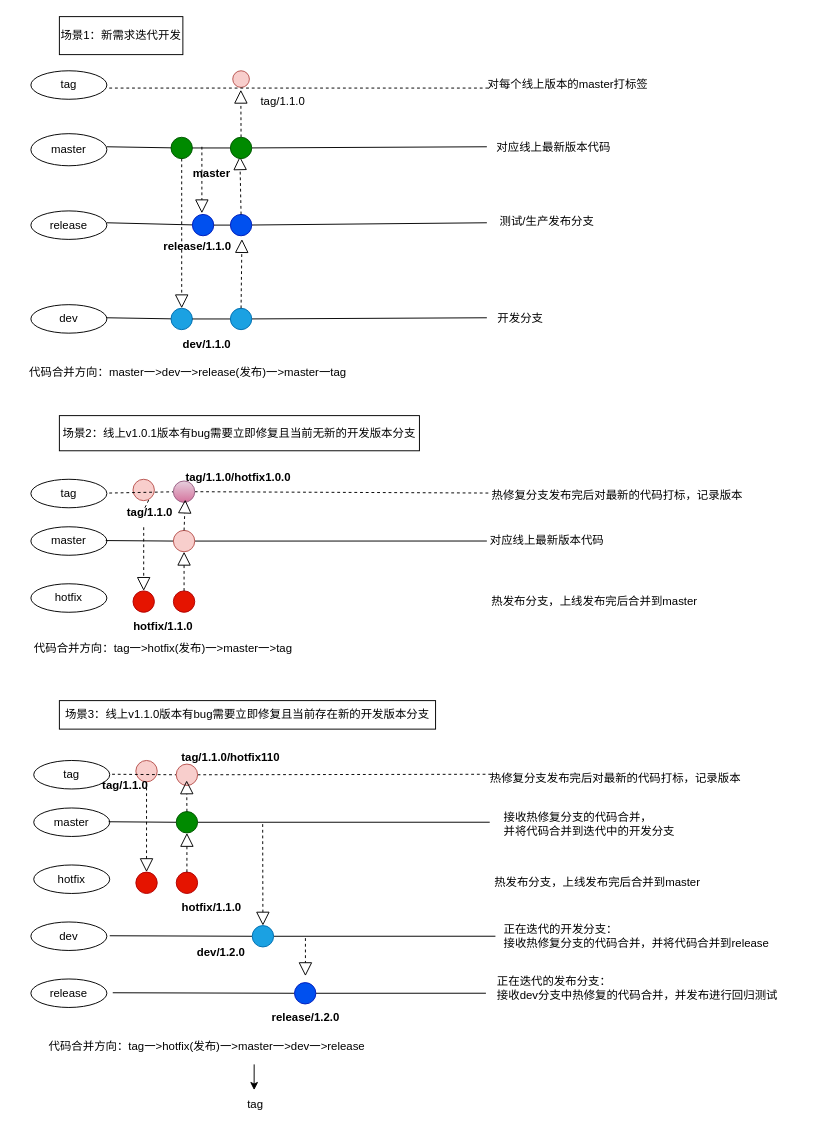
Before: 分支管理图谱/未命名绘图.drawio in fenghao13/drawFile, a draw.io diagram. Source tidied: cells renumbered, new cells numbered last; positions are measured from the earlier drawing's top-left corner, leaving out a move shared by most shapes. Both pictures are drawn from the tidied source at 95%, with x=0, y=0 at pixel (16, 16).
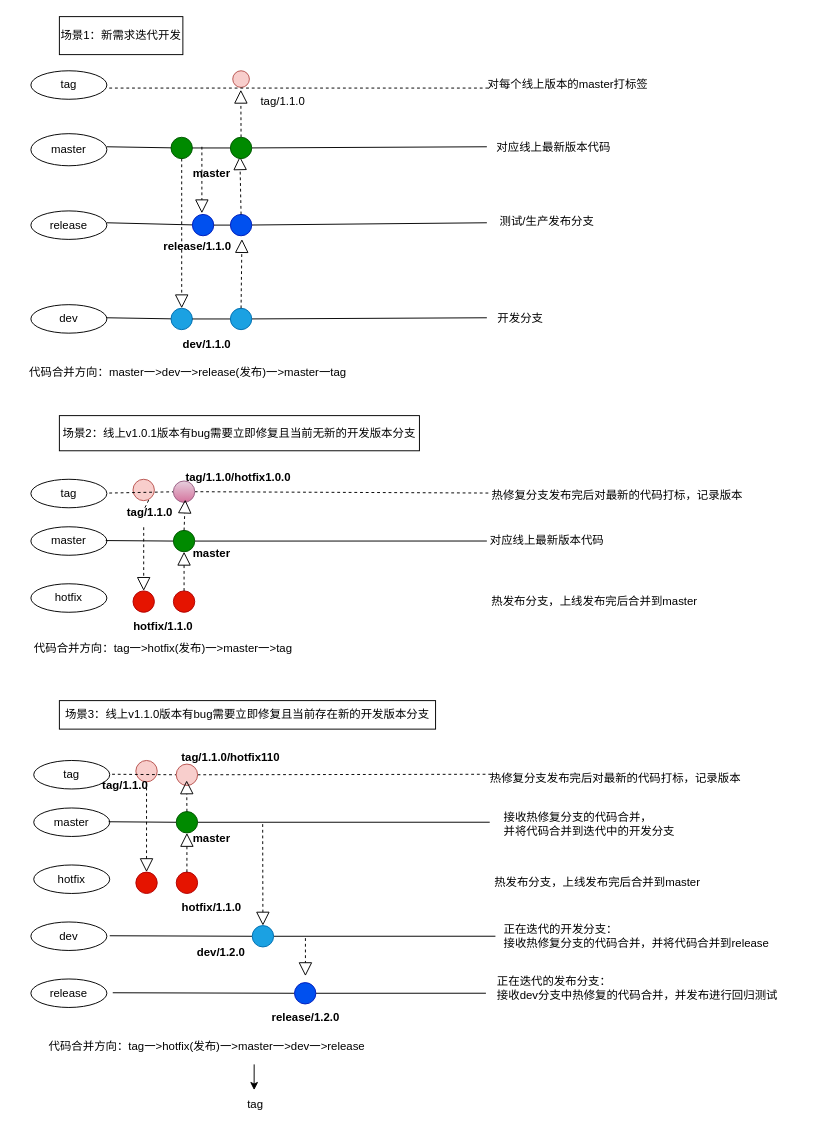
After the change.

Diff of the diagram source:
```diff
@@
-    <mxCell id="46" style="ellipse;whiteSpace=wrap;html=1;fillColor=#f8cecc;strokeColor=#b85450;" parent="1" vertex="1">
+    <mxCell id="46" style="ellipse;whiteSpace=wrap;html=1;fillColor=#008a00;strokeColor=#005700;fontColor=#ffffff;" parent="1" vertex="1">
       <mxGeometry x="165" y="540.8" width="22.5" height="22.5" as="geometry" />
     </mxCell>
@@
+    <mxCell id="101" value="master" style="text;html=1;align=center;verticalAlign=middle;strokeColor=none;fillColor=none;fontStyle=1;" parent="1" vertex="1">
+      <mxGeometry x="175" y="850" width="60" height="30" as="geometry" />
+    </mxCell>
+    <mxCell id="102" value="master" style="text;html=1;align=center;verticalAlign=middle;strokeColor=none;fillColor=none;fontStyle=1;" parent="1" vertex="1">
+      <mxGeometry x="175" y="550" width="60" height="30" as="geometry" />
+    </mxCell>
```
